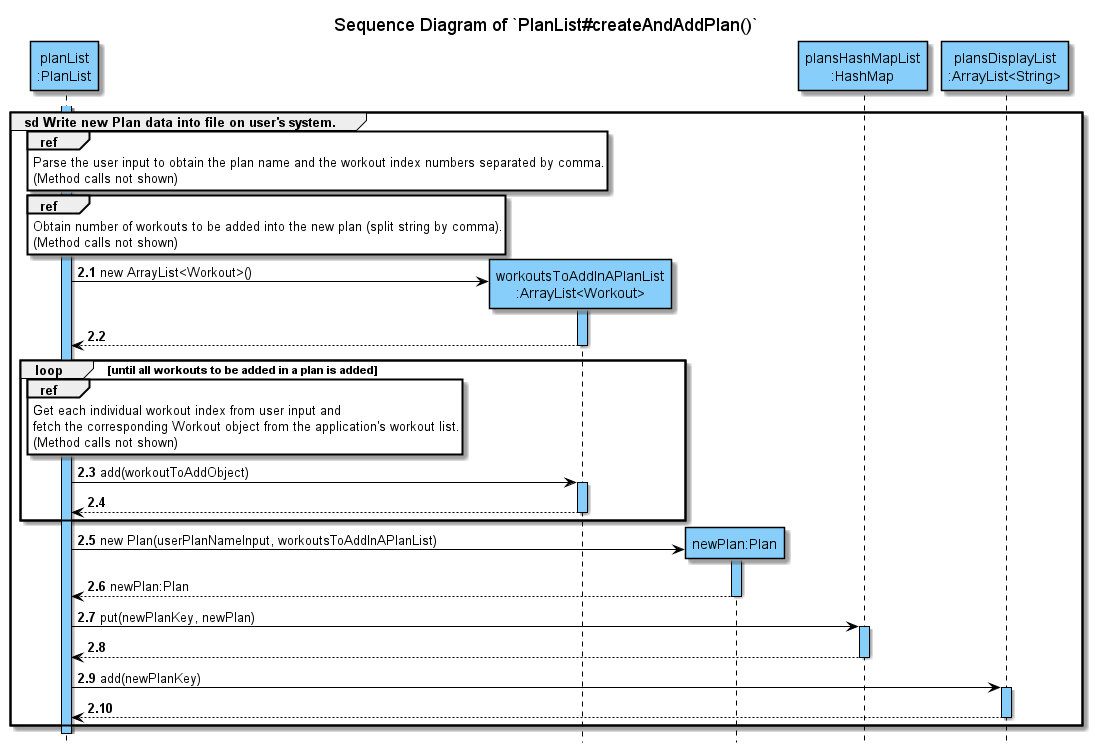
Above: docs/uml/sequenceDiagrams/plans/images/createPlan-Part2.png in nus-cs2113-AY2122S2/tp (PlantUML), before the change.
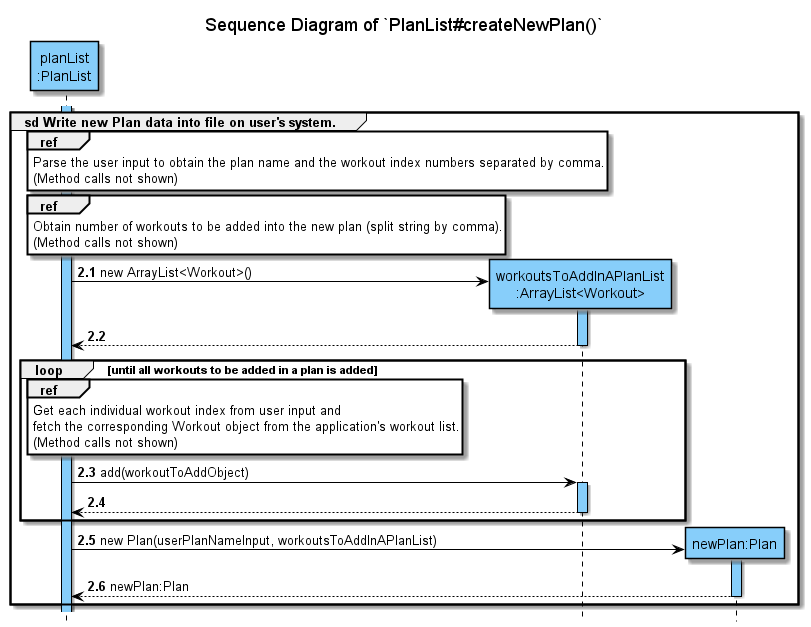
Later version of the same file.

Change to the diagram source:
```diff
@@ -3,7 +3,7 @@
 
 autonumber 2.1
 
-title Sequence Diagram of `PlanList#createAndAddPlan()`
+title Sequence Diagram of `PlanList#createNewPlan()`
 hide footbox
 
 participant "planList\n:PlanList" AS pl COLOR_LOGIC
@@ -44,15 +44,5 @@
 activate newPlan COLOR_LOGIC
 return newPlan:Plan
 
-participant "plansHashMapList\n:HashMap" COLOR_LOGIC
-pl -> "plansHashMapList\n:HashMap"   : put(newPlanKey, newPlan)
-activate "plansHashMapList\n:HashMap" COLOR_LOGIC
-return
-
-participant "plansDisplayList\n:ArrayList<String>" COLOR_LOGIC
-pl -> "plansDisplayList\n:ArrayList<String>" : add(newPlanKey)
-activate "plansDisplayList\n:ArrayList<String>" COLOR_LOGIC
-return
-
 end
 @enduml
```
